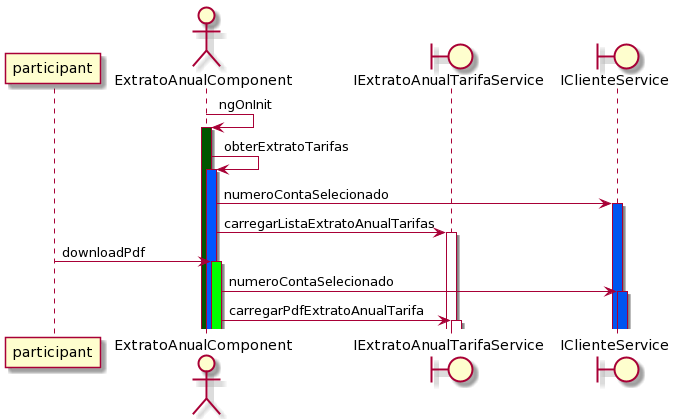
This is example/extrato-anual.component.png from tommymolto/ng-reverse-uml, a PlantUML export, as it was before one commit. Source of this version:
```plantuml
@startuml
autoactivate on
 participant participant as Usuario
 actor ExtratoAnualComponent as ExtratoAnualComponent
 boundary IExtratoAnualTarifaService as extratoAnualService
boundary IClienteService as clienteService
ExtratoAnualComponent->ExtratoAnualComponent #005500 : ngOnInit
ExtratoAnualComponent->ExtratoAnualComponent #0055FF :obterExtratoTarifas
ExtratoAnualComponent  -> clienteService #0055F0: numeroContaSelecionado
ExtratoAnualComponent -> extratoAnualService: carregarListaExtratoAnualTarifas
Usuario -> ExtratoAnualComponent  #00FF00: downloadPdf
ExtratoAnualComponent  -> clienteService  #0055F0: numeroContaSelecionado
ExtratoAnualComponent -> extratoAnualService : carregarPdfExtratoAnualTarifa
@enduml
```
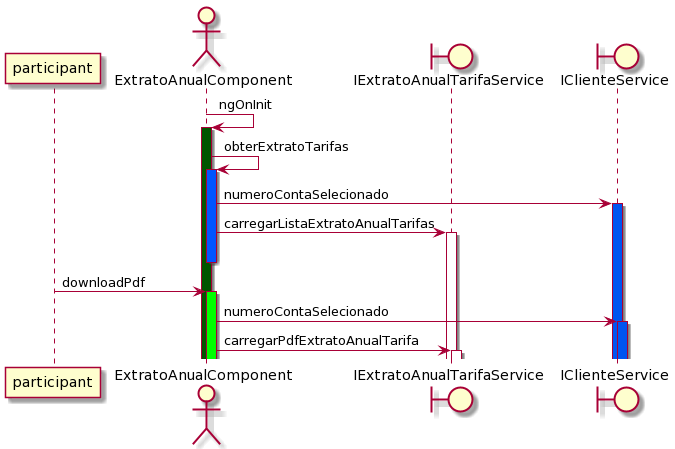
Above is the later version.

Commit message:
full validation sequence

Diff of the diagram source:
```diff
@@ -8,6 +8,7 @@
 ExtratoAnualComponent->ExtratoAnualComponent #0055FF :obterExtratoTarifas
 ExtratoAnualComponent  -> clienteService #0055F0: numeroContaSelecionado
 ExtratoAnualComponent -> extratoAnualService: carregarListaExtratoAnualTarifas
+deactivate ExtratoAnualComponent
 Usuario -> ExtratoAnualComponent  #00FF00: downloadPdf
 ExtratoAnualComponent  -> clienteService  #0055F0: numeroContaSelecionado
 ExtratoAnualComponent -> extratoAnualService : carregarPdfExtratoAnualTarifa
```
